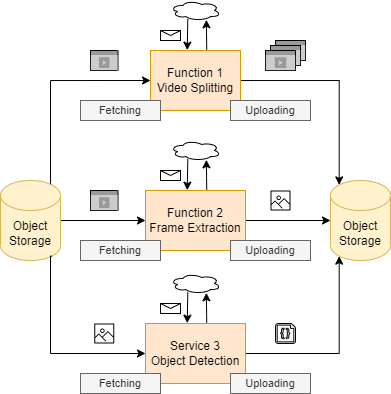
Above: doc/diagrams/scn/scn_oaas.dio.png in hpcclab/OaaS (draw.io), before the change. Source tidied: cells renumbered, new cells last; positions are measured from the earlier drawing's top-left corner, leaving out a move shared by most shapes.
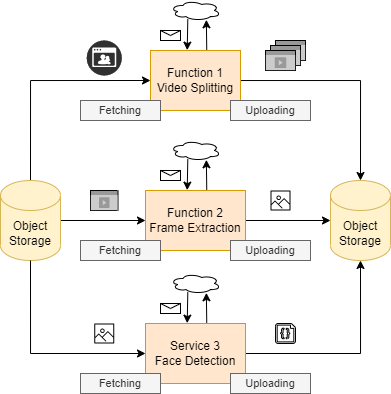
After the change.

Diff of the diagram source:
```diff
@@ -11,7 +11,7 @@
     <mxCell id="4" style="html=1;labelPosition=center;verticalLabelPosition=middle;verticalAlign=top;align=center;fontSize=12;spacingTop=-6;sketch=0;shape=mxgraph.sitemap.video;fillColor=#999999;strokeColor=#000000;" parent="1" vertex="1">
       <mxGeometry x="265" y="50" width="30" height="20" as="geometry" />
     </mxCell>
-    <mxCell id="5" style="edgeStyle=orthogonalEdgeStyle;rounded=0;jettySize=auto;html=1;entryX=0.145;entryY=0;entryDx=0;entryDy=4.35;entryPerimeter=0;" parent="1" edge="1" source="6" target="16">
+    <mxCell id="5" style="edgeStyle=orthogonalEdgeStyle;rounded=0;jettySize=auto;html=1;entryX=0.5;entryY=0;entryDx=0;entryDy=0;entryPerimeter=0;" parent="1" edge="1" source="6" target="16">
       <mxGeometry relative="1" as="geometry" />
     </mxCell>
     <mxCell id="6" value="Function 1&lt;br&gt;Video Splitting" style="rounded=0;whiteSpace=wrap;html=1;fillColor=#ffe6cc;strokeColor=#d79b00;" parent="1" vertex="1">
@@ -23,17 +23,13 @@
     <mxCell id="8" style="endArrow=classic;html=1;rounded=0;entryX=0.408;entryY=-0.006;entryDx=0;entryDy=0;entryPerimeter=0;exitX=0.346;exitY=0.928;exitDx=0;exitDy=0;exitPerimeter=0;" parent="1" edge="1" source="11" target="6">
       <mxGeometry relative="1" as="geometry" />
     </mxCell>
-    <mxCell id="9" style="edgeStyle=orthogonalEdgeStyle;rounded=0;jettySize=auto;html=1;entryX=0;entryY=0.5;entryDx=0;entryDy=0;exitX=0.855;exitY=0;exitDx=0;exitDy=4.35;exitPerimeter=0;" parent="1" edge="1" source="15" target="6">
+    <mxCell id="9" style="edgeStyle=orthogonalEdgeStyle;rounded=0;jettySize=auto;html=1;entryX=0;entryY=0.5;entryDx=0;entryDy=0;exitX=0.5;exitY=0;exitDx=0;exitDy=0;exitPerimeter=0;" parent="1" edge="1" source="15" target="6">
       <mxGeometry relative="1" as="geometry">
         <Array as="points">
-          <mxPoint x="50" y="184" />
-          <mxPoint x="50" y="80" />
+          <mxPoint x="30" y="80" />
         </Array>
       </mxGeometry>
     </mxCell>
-    <mxCell id="10" style="html=1;labelPosition=center;verticalLabelPosition=middle;verticalAlign=top;align=center;fontSize=12;spacingTop=-6;sketch=0;shape=mxgraph.sitemap.video;fillColor=#999999;strokeColor=#000000;" parent="1" vertex="1">
-      <mxGeometry x="90" y="50" width="27.5" height="20" as="geometry" />
-    </mxCell>
     <mxCell id="11" style="ellipse;shape=cloud;whiteSpace=wrap;html=1;" parent="1" vertex="1">
       <mxGeometry x="170" width="50" height="20" as="geometry" />
     </mxCell>
@@ -58,17 +54,16 @@
     <mxCell id="18" style="sketch=0;fontColor=#232F3E;gradientColor=none;fillColor=#000000;strokeColor=none;dashed=0;verticalLabelPosition=bottom;verticalAlign=top;align=center;html=1;fontSize=12;fontStyle=0;shape=mxgraph.aws4.container_registry_image;" parent="1" vertex="1">
       <mxGeometry x="270" y="190" width="20" height="20" as="geometry" />
     </mxCell>
-    <mxCell id="19" style="edgeStyle=orthogonalEdgeStyle;rounded=0;jettySize=auto;html=1;entryX=0.145;entryY=1;entryDx=0;entryDy=-4.35;entryPerimeter=0;" parent="1" edge="1" source="20" target="16">
+    <mxCell id="19" style="edgeStyle=orthogonalEdgeStyle;rounded=0;jettySize=auto;html=1;entryX=0.5;entryY=1;entryDx=0;entryDy=0;entryPerimeter=0;" parent="1" edge="1" source="20" target="16">
       <mxGeometry relative="1" as="geometry" />
     </mxCell>
-    <mxCell id="20" value="Service 3&lt;br&gt;Object Detection" style="rounded=0;whiteSpace=wrap;html=1;fillColor=#ffe6cc;strokeColor=#d79b00;" parent="1" vertex="1">
+    <mxCell id="20" value="Service 3&lt;br&gt;Face Detection" style="rounded=0;whiteSpace=wrap;html=1;fillColor=#ffe6cc;strokeColor=#d79b00;" parent="1" vertex="1">
       <mxGeometry x="145" y="323" width="100" height="60" as="geometry" />
     </mxCell>
-    <mxCell id="21" style="edgeStyle=orthogonalEdgeStyle;rounded=0;jettySize=auto;html=1;entryX=0;entryY=0.5;entryDx=0;entryDy=0;exitX=0.855;exitY=1;exitDx=0;exitDy=-4.35;exitPerimeter=0;" parent="1" edge="1" source="15" target="20">
+    <mxCell id="21" style="edgeStyle=orthogonalEdgeStyle;rounded=0;jettySize=auto;html=1;entryX=0;entryY=0.5;entryDx=0;entryDy=0;exitX=0.5;exitY=1;exitDx=0;exitDy=0;exitPerimeter=0;" parent="1" edge="1" source="15" target="20">
       <mxGeometry relative="1" as="geometry">
         <Array as="points">
-          <mxPoint x="50" y="256" />
-          <mxPoint x="50" y="353" />
+          <mxPoint x="30" y="353" />
         </Array>
       </mxGeometry>
     </mxCell>
@@ -131,5 +126,8 @@
     <mxCell id="38" value="&lt;span style=&quot;font-size: 11px&quot;&gt;Uploading&lt;/span&gt;" style="rounded=0;whiteSpace=wrap;html=1;fillColor=#f5f5f5;strokeColor=#666666;labelBackgroundColor=none;fontColor=#333333;" parent="1" vertex="1">
       <mxGeometry x="230" y="373" width="80" height="20" as="geometry" />
     </mxCell>
+    <mxCell id="39" style="fillColor=#303030;verticalLabelPosition=bottom;sketch=0;html=1;strokeColor=#ffffff;verticalAlign=top;align=center;shape=mxgraph.cisco_safe.compositeIcon;bgIcon=ellipse;resIcon=mxgraph.cisco_safe.capability.video;" parent="1" vertex="1">
+      <mxGeometry x="86.2" y="40" width="35" height="35" as="geometry" />
+    </mxCell>
   </root>
 </mxGraphModel>
```
